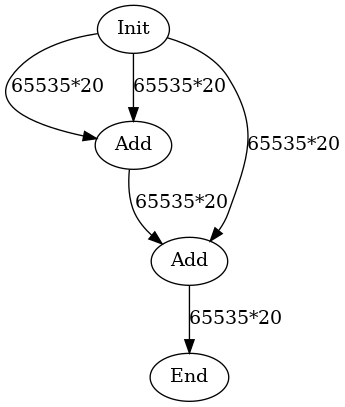
The Graphviz diagram data/graph_poly.dot.png in hal-lab-u-tokyo/PolyFHE, before a commit. Its source is kept beside it as data/graph_poly.dot.
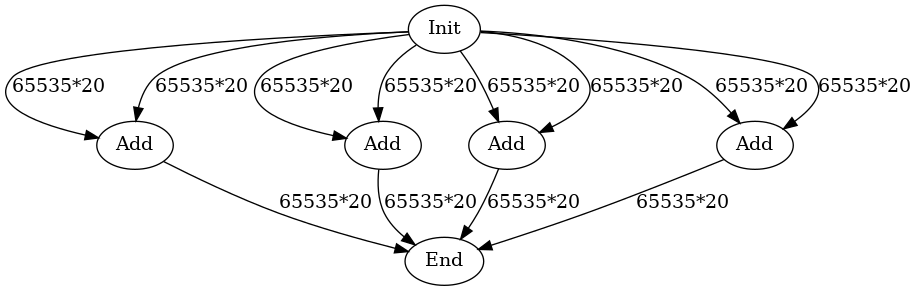
After the change.

Change to the diagram source:
```diff
@@ -2,10 +2,19 @@
 Init[label="Init"];
 Add0[label="Add"];
 Add1[label="Add"];
+Add2[label="Add"];
+Add3[label="Add"];
 End[label="End"];
 Init -> Add0[label="65535*20"];
 Init -> Add0[label="65535*20"];
 Init -> Add1[label="65535*20"];
-Add0 -> Add1[label="65535*20"];
+Init -> Add1[label="65535*20"];
+Init -> Add2[label="65535*20"];
+Init -> Add2[label="65535*20"];
+Init -> Add3[label="65535*20"];
+Init -> Add3[label="65535*20"];
+Add0 -> End[label="65535*20"];
 Add1 -> End[label="65535*20"];
+Add2 -> End[label="65535*20"];
+Add3 -> End[label="65535*20"];
 }
```
